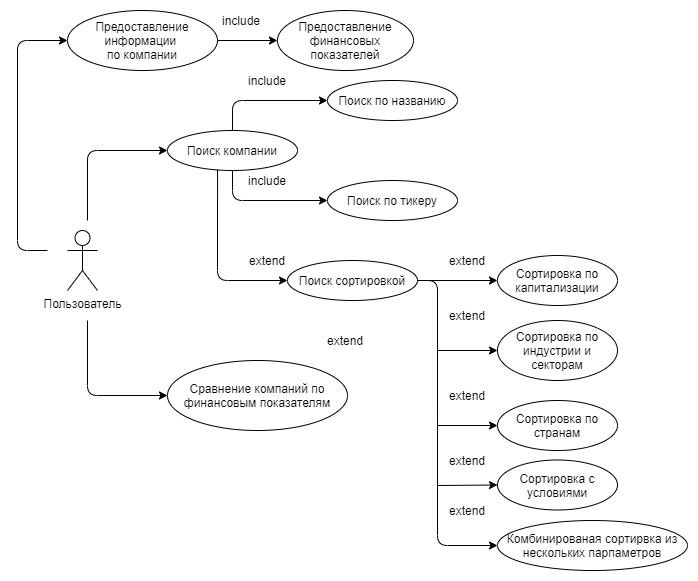
Above: diagrams/use case diagram/use_case_diagram.png in moevm/nosql1h21-stock (draw.io), before the change. Source tidied: cells renumbered, new cells last; positions are measured from the earlier drawing's top-left corner, leaving out a move shared by most shapes.
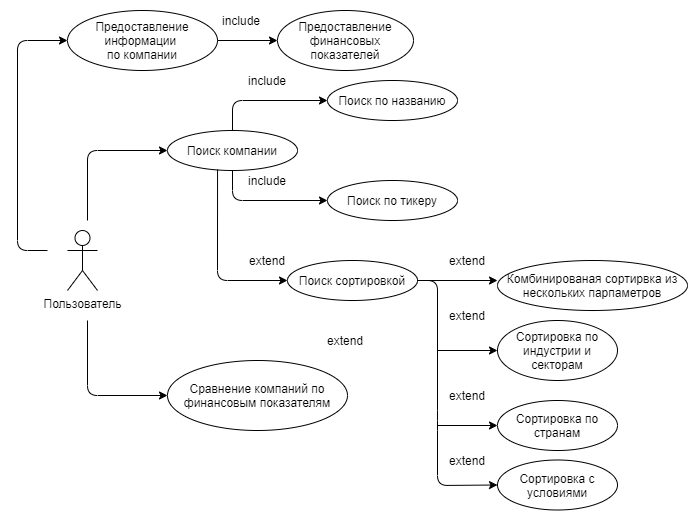
The same diagram one commit later.

Commit message:
update use_case_diagram

Diff of the diagram source:
```diff
@@ -29,9 +29,6 @@
     <mxCell id="10" value="Сортировка по индустрии и секторам" style="ellipse;whiteSpace=wrap;html=1;align=center;" parent="1" vertex="1">
       <mxGeometry x="480" y="310" width="120" height="60" as="geometry" />
     </mxCell>
-    <mxCell id="11" value="Сортировка по капитализации" style="ellipse;whiteSpace=wrap;html=1;align=center;" parent="1" vertex="1">
-      <mxGeometry x="480" y="245" width="120" height="50" as="geometry" />
-    </mxCell>
     <mxCell id="12" value="Сортировка по странам" style="ellipse;whiteSpace=wrap;html=1;align=center;" parent="1" vertex="1">
       <mxGeometry x="480" y="390" width="120" height="50" as="geometry" />
     </mxCell>
@@ -85,22 +82,24 @@
       <mxGeometry x="270" y="250" width="130" height="40" as="geometry" />
     </mxCell>
     <mxCell id="20" value="Комбинированая сортирвка из нескольких парпаметров" style="ellipse;whiteSpace=wrap;html=1;align=center;" parent="1" vertex="1">
-      <mxGeometry x="480" y="510" width="190" height="50" as="geometry" />
+      <mxGeometry x="480" y="250" width="190" height="50" as="geometry" />
     </mxCell>
     <mxCell id="21" value="Сортировка с условиями" style="ellipse;whiteSpace=wrap;html=1;align=center;" parent="1" vertex="1">
       <mxGeometry x="480" y="449.5" width="120" height="50" as="geometry" />
     </mxCell>
-    <mxCell id="22" style="endArrow=classic;html=1;entryX=0;entryY=0.5;entryDx=0;entryDy=0;exitX=1;exitY=0.5;exitDx=0;exitDy=0;" parent="1" edge="1" source="19" target="20">
+    <mxCell id="22" style="endArrow=classic;html=1;exitX=1;exitY=0.5;exitDx=0;exitDy=0;entryX=0;entryY=0.5;entryDx=0;entryDy=0;" parent="1" edge="1" source="19" target="21">
       <mxGeometry relative="1" as="geometry">
         <Array as="points">
           <mxPoint x="420" y="270" />
           <mxPoint x="420" y="410" />
-          <mxPoint x="420" y="535" />
+          <mxPoint x="420" y="475" />
         </Array>
       </mxGeometry>
     </mxCell>
-    <mxCell id="23" style="endArrow=classic;html=1;exitX=1;exitY=0.5;exitDx=0;exitDy=0;entryX=0;entryY=0.5;entryDx=0;entryDy=0;" parent="1" edge="1" source="19" target="11">
-      <mxGeometry relative="1" as="geometry" />
+    <mxCell id="23" style="endArrow=classic;html=1;exitX=1;exitY=0.5;exitDx=0;exitDy=0;entryX=0;entryY=0.5;entryDx=0;entryDy=0;" parent="1" edge="1" source="19">
+      <mxGeometry relative="1" as="geometry">
+        <mxPoint x="480" y="270" as="targetPoint" />
+      </mxGeometry>
     </mxCell>
     <mxCell id="24" style="endArrow=classic;html=1;entryX=0;entryY=0.5;entryDx=0;entryDy=0;" parent="1" edge="1" target="10">
       <mxGeometry relative="1" as="geometry">
@@ -112,11 +111,6 @@
         <mxPoint x="420" y="415" as="sourcePoint" />
       </mxGeometry>
     </mxCell>
-    <mxCell id="26" style="endArrow=classic;html=1;entryX=0;entryY=0.5;entryDx=0;entryDy=0;" parent="1" edge="1" target="21">
-      <mxGeometry relative="1" as="geometry">
-        <mxPoint x="420" y="475" as="sourcePoint" />
-      </mxGeometry>
-    </mxCell>
     <mxCell id="27" value="include" style="text;html=1;strokeColor=none;fillColor=none;align=center;verticalAlign=middle;whiteSpace=wrap;rounded=0;" parent="1" vertex="1">
       <mxGeometry x="230" y="60" width="40" height="20" as="geometry" />
     </mxCell>
@@ -144,8 +138,5 @@
     <mxCell id="35" value="extend" style="text;html=1;strokeColor=none;fillColor=none;align=center;verticalAlign=middle;whiteSpace=wrap;rounded=0;" parent="1" vertex="1">
       <mxGeometry x="430" y="440" width="40" height="20" as="geometry" />
     </mxCell>
-    <mxCell id="36" value="extend" style="text;html=1;strokeColor=none;fillColor=none;align=center;verticalAlign=middle;whiteSpace=wrap;rounded=0;" parent="1" vertex="1">
-      <mxGeometry x="430" y="490" width="40" height="20" as="geometry" />
-    </mxCell>
   </root>
 </mxGraphModel>
```
